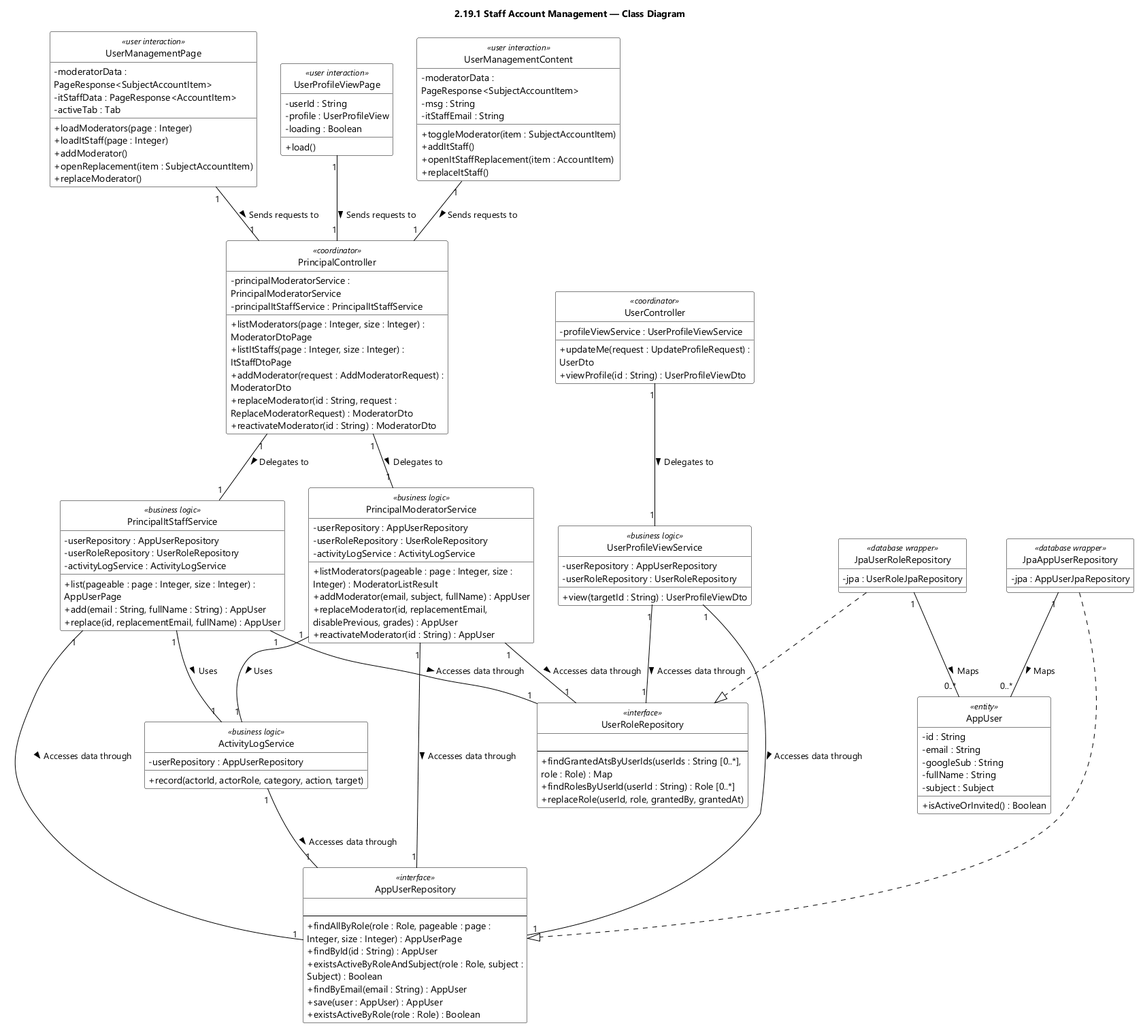
Above: designs/sds-diagrams/feat19/feat19-class-diagram.png in EduA-system/EduA-system (PlantUML), before the change.
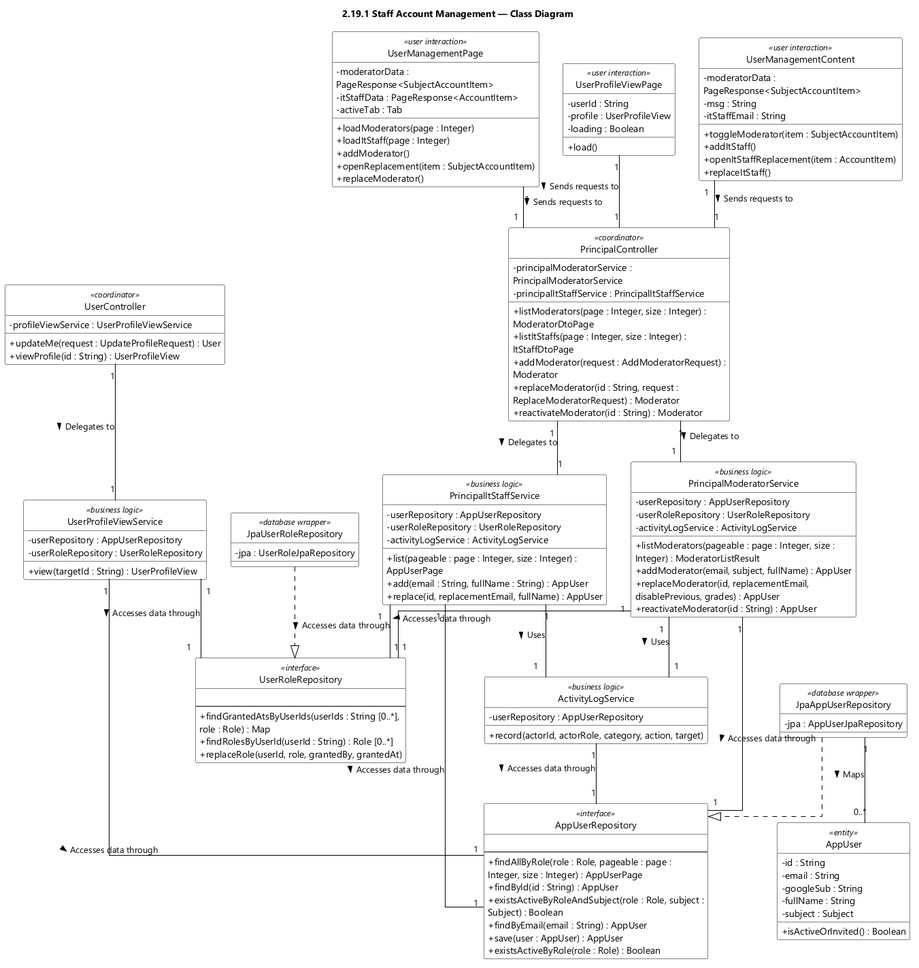
After the commit.

The edit, as a diff of the source:
```diff
@@ -7,6 +7,7 @@
 skinparam classBorderColor #000000
 skinparam ArrowColor #000000
 skinparam classAttributeIconSize 0
+skinparam linetype ortho
 hide circle
 title 2.19.1 Staff Account Management — Class Diagram
 class UserManagementPage <<user interaction>> {
@@ -25,9 +26,9 @@
   - principalItStaffService : PrincipalItStaffService
   + listModerators(page : Integer, size : Integer) : ModeratorDtoPage
   + listItStaffs(page : Integer, size : Integer) : ItStaffDtoPage
-  + addModerator(request : AddModeratorRequest) : ModeratorDto
-  + replaceModerator(id : String, request : ReplaceModeratorRequest) : ModeratorDto
-  + reactivateModerator(id : String) : ModeratorDto
+  + addModerator(request : AddModeratorRequest) : Moderator
+  + replaceModerator(id : String, request : ReplaceModeratorRequest) : Moderator
+  + reactivateModerator(id : String) : Moderator
 }
 
 class PrincipalModeratorService <<business logic>> {
@@ -77,14 +78,14 @@
 
 class UserController <<coordinator>> {
   - profileViewService : UserProfileViewService
-  + updateMe(request : UpdateProfileRequest) : UserDto
-  + viewProfile(id : String) : UserProfileViewDto
+  + updateMe(request : UpdateProfileRequest) : User
+  + viewProfile(id : String) : UserProfileView
 }
 
 class UserProfileViewService <<business logic>> {
   - userRepository : AppUserRepository
   - userRoleRepository : UserRoleRepository
-  + view(targetId : String) : UserProfileViewDto
+  + view(targetId : String) : UserProfileView
 }
 
 class ActivityLogService <<business logic>> {
@@ -137,6 +138,5 @@
 JpaAppUserRepository ..|> AppUserRepository
 JpaUserRoleRepository ..|> UserRoleRepository
 JpaAppUserRepository "1" -- "0..*" AppUser : Maps >
-JpaUserRoleRepository "1" -- "0..*" AppUser : Maps >
 
 @enduml
```
